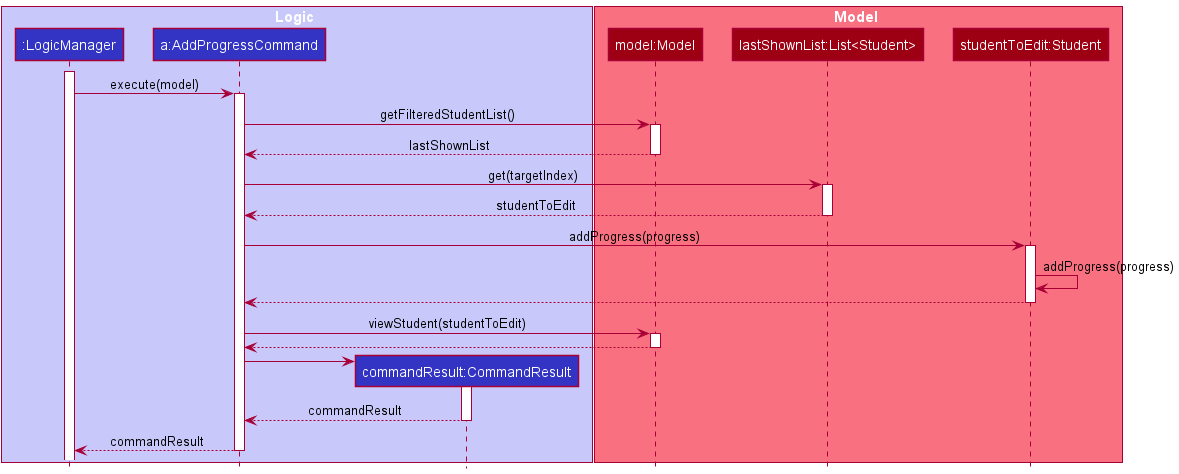
Above: docs/images/GetStudentToAddProgressSequenceDiagram.png in nus-cs2103-AY2122S1/tp (PlantUML), before the change.
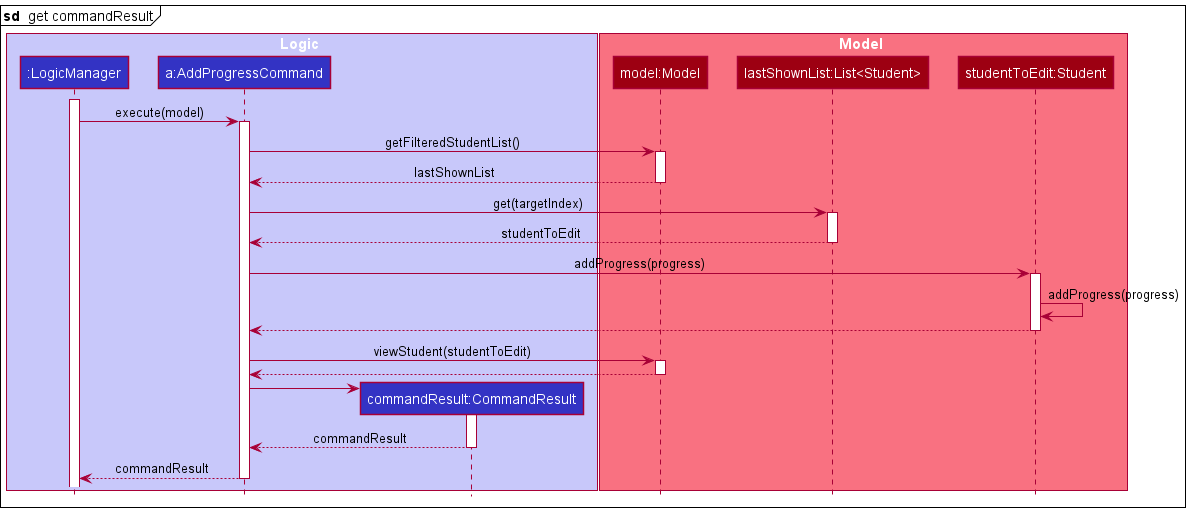
Above is the later version.

Commit message:
Update DG to include Sequence Diagram for Adding Students to Lessons

Diff of the diagram source:
```diff
@@ -1,5 +1,7 @@
 @startuml
 !include style.puml
+
+mainframe **sd**  get commandResult
 
 box Logic LOGIC_COLOR_T1
 participant ":LogicManager" as LogicManager LOGIC_COLOR
```
